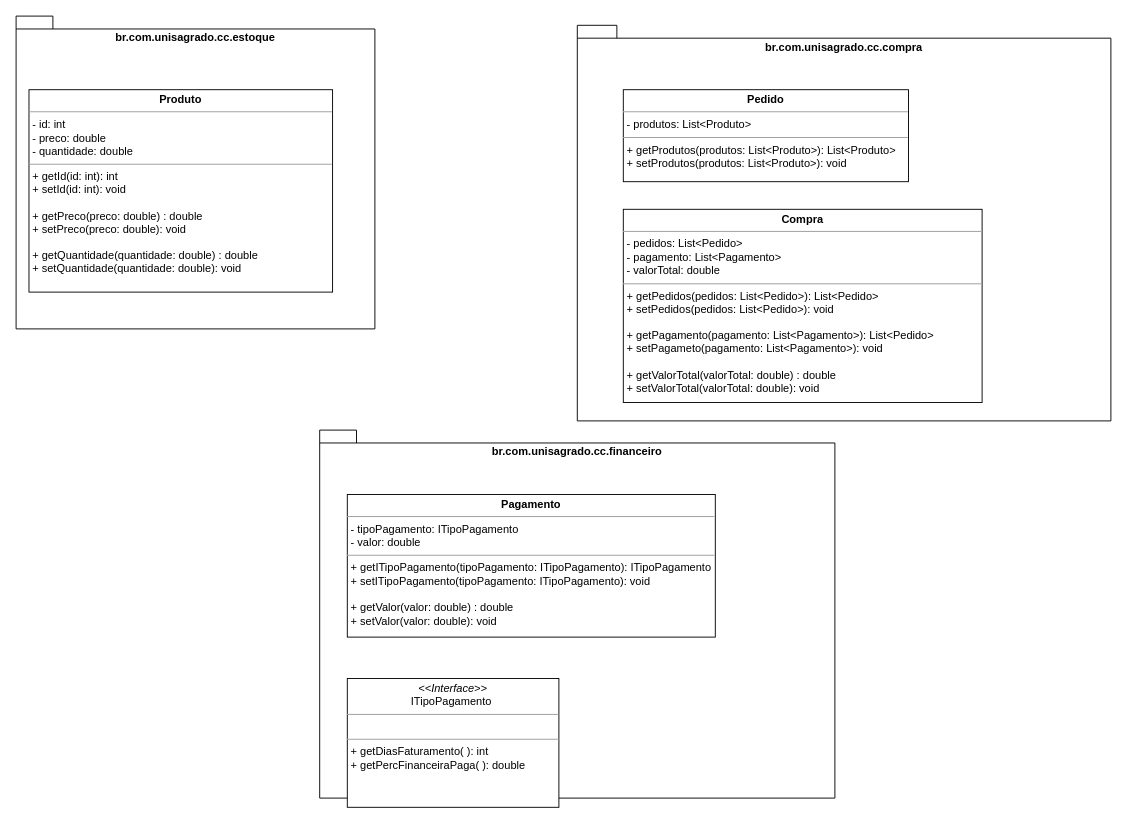
UnisagradoWorks/engenharia-software keeps this draw.io diagram as Conversão de Java para Diagrama de Classes.drawio. Above is the earlier version. Source tidied: cells renumbered, new cells numbered last; positions are measured from the earlier drawing's top-left corner, leaving out a move shared by most shapes. Both pictures are drawn from the tidied source at 92%, with x=0, y=0 at pixel (16, 16).
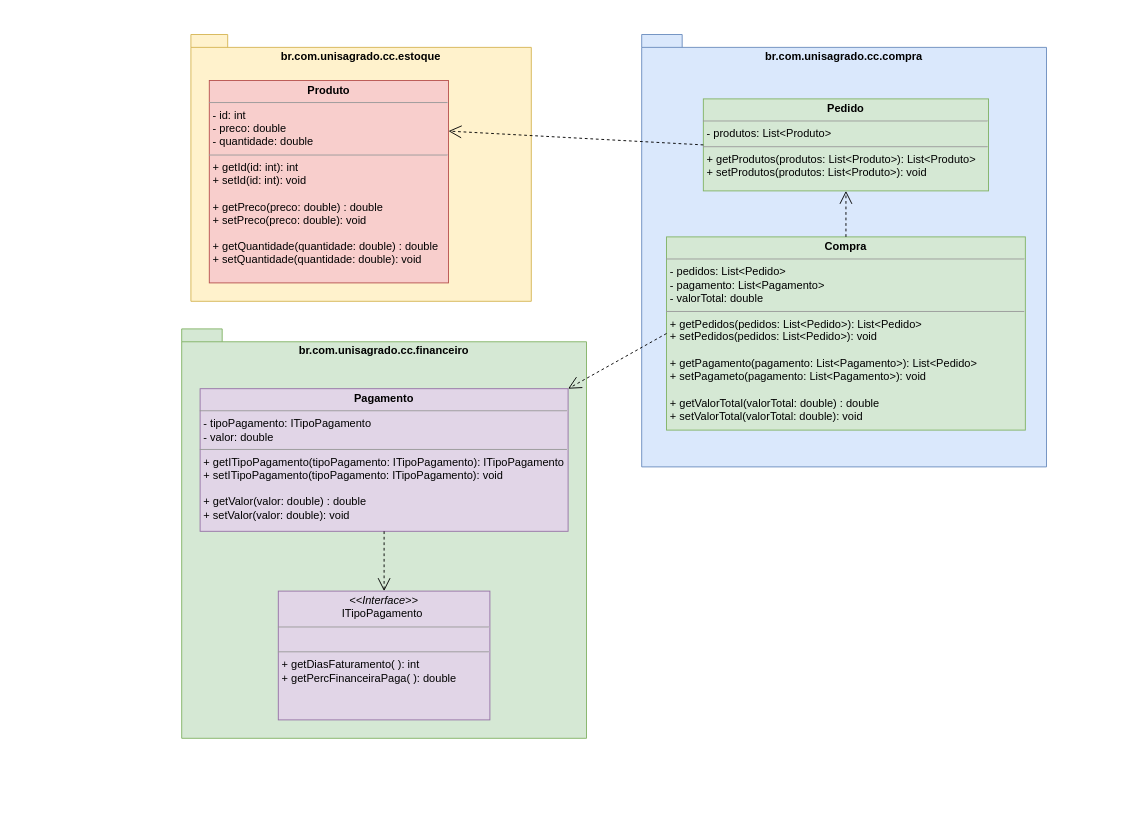
Above is the later version.

Commit message:
primeira parte - dependencias mapeadas

Diff of the diagram source:
```diff
@@
 <mxGraphModel>
   <root>
     <mxCell id="0" />
     <mxCell id="1" parent="0" />
-    <mxCell id="2" value="br.com.unisagrado.cc.estoque" style="shape=folder;fontStyle=1;spacingTop=10;tabWidth=40;tabHeight=14;tabPosition=left;html=1;whiteSpace=wrap;verticalAlign=top;" parent="1" vertex="1">
-      <mxGeometry width="390" height="340" as="geometry" />
+    <mxCell id="2" value="br.com.unisagrado.cc.estoque" style="shape=folder;fontStyle=1;spacingTop=10;tabWidth=40;tabHeight=14;tabPosition=left;html=1;whiteSpace=wrap;verticalAlign=top;fillColor=#fff2cc;strokeColor=#d6b656;" parent="1" vertex="1">
+      <mxGeometry x="190" y="20" width="370" height="290" as="geometry" />
     </mxCell>
-    <mxCell id="3" value="&lt;p style=&quot;margin:0px;margin-top:4px;text-align:center;&quot;&gt;&lt;b&gt;Produto&lt;/b&gt;&lt;/p&gt;&lt;hr size=&quot;1&quot;&gt;&lt;p style=&quot;margin:0px;margin-left:4px;&quot;&gt;- id: int&lt;/p&gt;&lt;p style=&quot;margin:0px;margin-left:4px;&quot;&gt;- preco: double&lt;/p&gt;&lt;p style=&quot;margin:0px;margin-left:4px;&quot;&gt;- quantidade: double&lt;/p&gt;&lt;hr size=&quot;1&quot;&gt;&lt;p style=&quot;margin:0px;margin-left:4px;&quot;&gt;+ getId(id: int): int&lt;/p&gt;&lt;p style=&quot;margin:0px;margin-left:4px;&quot;&gt;+ setId(id: int): void&lt;/p&gt;&lt;p style=&quot;margin:0px;margin-left:4px;&quot;&gt;&lt;br&gt;&lt;/p&gt;&lt;p style=&quot;margin:0px;margin-left:4px;&quot;&gt;+ getPreco(preco: double) : double&amp;nbsp;&lt;/p&gt;&lt;p style=&quot;margin:0px;margin-left:4px;&quot;&gt;&lt;span style=&quot;background-color: initial;&quot;&gt;+ setPreco(preco: double): void&lt;/span&gt;&lt;/p&gt;&lt;p style=&quot;margin:0px;margin-left:4px;&quot;&gt;&lt;br&gt;&lt;/p&gt;&lt;p style=&quot;margin:0px;margin-left:4px;&quot;&gt;+ getQuantidade(quantidade: double) : double&lt;/p&gt;&lt;p style=&quot;margin:0px;margin-left:4px;&quot;&gt;&lt;span style=&quot;background-color: initial;&quot;&gt;+ setQuantidade(quantidade: double): void&lt;/span&gt;&lt;/p&gt;" style="verticalAlign=top;align=left;overflow=fill;fontSize=12;fontFamily=Helvetica;html=1;whiteSpace=wrap;" parent="1" vertex="1">
-      <mxGeometry x="14" y="80" width="330" height="220" as="geometry" />
+    <mxCell id="3" value="&lt;p style=&quot;margin:0px;margin-top:4px;text-align:center;&quot;&gt;&lt;b&gt;Produto&lt;/b&gt;&lt;/p&gt;&lt;hr size=&quot;1&quot;&gt;&lt;p style=&quot;margin:0px;margin-left:4px;&quot;&gt;- id: int&lt;/p&gt;&lt;p style=&quot;margin:0px;margin-left:4px;&quot;&gt;- preco: double&lt;/p&gt;&lt;p style=&quot;margin:0px;margin-left:4px;&quot;&gt;- quantidade: double&lt;/p&gt;&lt;hr size=&quot;1&quot;&gt;&lt;p style=&quot;margin:0px;margin-left:4px;&quot;&gt;+ getId(id: int): int&lt;/p&gt;&lt;p style=&quot;margin:0px;margin-left:4px;&quot;&gt;+ setId(id: int): void&lt;/p&gt;&lt;p style=&quot;margin:0px;margin-left:4px;&quot;&gt;&lt;br&gt;&lt;/p&gt;&lt;p style=&quot;margin:0px;margin-left:4px;&quot;&gt;+ getPreco(preco: double) : double&amp;nbsp;&lt;/p&gt;&lt;p style=&quot;margin:0px;margin-left:4px;&quot;&gt;&lt;span style=&quot;background-color: initial;&quot;&gt;+ setPreco(preco: double): void&lt;/span&gt;&lt;/p&gt;&lt;p style=&quot;margin:0px;margin-left:4px;&quot;&gt;&lt;br&gt;&lt;/p&gt;&lt;p style=&quot;margin:0px;margin-left:4px;&quot;&gt;+ getQuantidade(quantidade: double) : double&lt;/p&gt;&lt;p style=&quot;margin:0px;margin-left:4px;&quot;&gt;&lt;span style=&quot;background-color: initial;&quot;&gt;+ setQuantidade(quantidade: double): void&lt;/span&gt;&lt;/p&gt;" style="verticalAlign=top;align=left;overflow=fill;fontSize=12;fontFamily=Helvetica;html=1;whiteSpace=wrap;fillColor=#f8cecc;strokeColor=#b85450;" parent="1" vertex="1">
+      <mxGeometry x="210" y="70" width="260" height="220" as="geometry" />
     </mxCell>
-    <mxCell id="4" value="br.com.unisagrado.cc.compra" style="shape=folder;fontStyle=1;spacingTop=10;tabWidth=40;tabHeight=14;tabPosition=left;html=1;whiteSpace=wrap;verticalAlign=top;" parent="1" vertex="1">
-      <mxGeometry x="610" y="10" width="580" height="430" as="geometry" />
-    </mxCell>
+    <mxCell id="10" style="group;" parent="1" vertex="1">
+      <mxGeometry x="180" y="340" width="440" height="445" as="geometry" />
+    </mxCell>
-    <mxCell id="5" value="br.com.unisagrado.cc.financeiro" style="shape=folder;fontStyle=1;spacingTop=10;tabWidth=40;tabHeight=14;tabPosition=left;html=1;whiteSpace=wrap;verticalAlign=top;" parent="1" vertex="1">
-      <mxGeometry x="330" y="450" width="560" height="400" as="geometry" />
+    <mxCell id="5" value="br.com.unisagrado.cc.financeiro" style="shape=folder;fontStyle=1;spacingTop=10;tabWidth=40;tabHeight=14;tabPosition=left;html=1;whiteSpace=wrap;verticalAlign=top;fillColor=#d5e8d4;strokeColor=#82b366;" parent="10" vertex="1">
+      <mxGeometry width="440" height="445" as="geometry" />
     </mxCell>
-    <mxCell id="6" value="&lt;p style=&quot;margin:0px;margin-top:4px;text-align:center;&quot;&gt;&lt;b&gt;Pedido&lt;/b&gt;&lt;/p&gt;&lt;hr size=&quot;1&quot;&gt;&lt;p style=&quot;margin:0px;margin-left:4px;&quot;&gt;- produtos: List&amp;lt;Produto&amp;gt;&lt;/p&gt;&lt;hr size=&quot;1&quot;&gt;&lt;p style=&quot;margin:0px;margin-left:4px;&quot;&gt;+ getProdutos(produtos: List&amp;lt;Produto&amp;gt;): List&amp;lt;Produto&amp;gt;&amp;nbsp;&lt;/p&gt;&lt;p style=&quot;margin:0px;margin-left:4px;&quot;&gt;+ setProdutos(produtos: List&amp;lt;Produto&amp;gt;): void&lt;/p&gt;&lt;p style=&quot;margin:0px;margin-left:4px;&quot;&gt;&lt;br&gt;&lt;/p&gt;" style="verticalAlign=top;align=left;overflow=fill;fontSize=12;fontFamily=Helvetica;html=1;whiteSpace=wrap;" parent="1" vertex="1">
-      <mxGeometry x="660" y="80" width="310" height="100" as="geometry" />
-    </mxCell>
-    <mxCell id="7" value="&lt;p style=&quot;margin:0px;margin-top:4px;text-align:center;&quot;&gt;&lt;b&gt;Pagamento&lt;/b&gt;&lt;/p&gt;&lt;hr size=&quot;1&quot;&gt;&lt;p style=&quot;margin:0px;margin-left:4px;&quot;&gt;- tipoPagamento: ITipoPagamento&lt;/p&gt;&lt;p style=&quot;margin:0px;margin-left:4px;&quot;&gt;- valor: double&lt;/p&gt;&lt;hr size=&quot;1&quot;&gt;&lt;p style=&quot;margin:0px;margin-left:4px;&quot;&gt;+ getITipoPagamento(tipoPagamento: ITipoPagamento): ITipoPagamento&lt;/p&gt;&lt;p style=&quot;margin:0px;margin-left:4px;&quot;&gt;+ setITipoPagamento(tipoPagamento: ITipoPagamento): void&lt;/p&gt;&lt;p style=&quot;margin:0px;margin-left:4px;&quot;&gt;&lt;br&gt;&lt;/p&gt;&lt;p style=&quot;margin:0px;margin-left:4px;&quot;&gt;+ getValor(valor: double) : double&amp;nbsp;&lt;/p&gt;&lt;p style=&quot;margin:0px;margin-left:4px;&quot;&gt;&lt;span style=&quot;background-color: initial;&quot;&gt;+ setValor(valor: double): void&lt;/span&gt;&lt;/p&gt;" style="verticalAlign=top;align=left;overflow=fill;fontSize=12;fontFamily=Helvetica;html=1;whiteSpace=wrap;" parent="1" vertex="1">
-      <mxGeometry x="360" y="520" width="400" height="155" as="geometry" />
+    <mxCell id="7" value="&lt;p style=&quot;margin:0px;margin-top:4px;text-align:center;&quot;&gt;&lt;b&gt;Pagamento&lt;/b&gt;&lt;/p&gt;&lt;hr size=&quot;1&quot;&gt;&lt;p style=&quot;margin:0px;margin-left:4px;&quot;&gt;- tipoPagamento: ITipoPagamento&lt;/p&gt;&lt;p style=&quot;margin:0px;margin-left:4px;&quot;&gt;- valor: double&lt;/p&gt;&lt;hr size=&quot;1&quot;&gt;&lt;p style=&quot;margin:0px;margin-left:4px;&quot;&gt;+ getITipoPagamento(tipoPagamento: ITipoPagamento): ITipoPagamento&lt;/p&gt;&lt;p style=&quot;margin:0px;margin-left:4px;&quot;&gt;+ setITipoPagamento(tipoPagamento: ITipoPagamento): void&lt;/p&gt;&lt;p style=&quot;margin:0px;margin-left:4px;&quot;&gt;&lt;br&gt;&lt;/p&gt;&lt;p style=&quot;margin:0px;margin-left:4px;&quot;&gt;+ getValor(valor: double) : double&amp;nbsp;&lt;/p&gt;&lt;p style=&quot;margin:0px;margin-left:4px;&quot;&gt;&lt;span style=&quot;background-color: initial;&quot;&gt;+ setValor(valor: double): void&lt;/span&gt;&lt;/p&gt;" style="verticalAlign=top;align=left;overflow=fill;fontSize=12;fontFamily=Helvetica;html=1;whiteSpace=wrap;fillColor=#e1d5e7;strokeColor=#9673a6;" parent="10" vertex="1">
+      <mxGeometry x="20" y="65" width="400" height="155" as="geometry" />
     </mxCell>
-    <mxCell id="8" value="&lt;p style=&quot;margin:0px;margin-top:4px;text-align:center;&quot;&gt;&lt;i&gt;&amp;lt;&amp;lt;Interface&amp;gt;&amp;gt;&lt;/i&gt;&lt;br&gt;ITipoPagamento&lt;b&gt;&amp;nbsp;&lt;/b&gt;&lt;/p&gt;&lt;hr size=&quot;1&quot;&gt;&lt;p style=&quot;margin:0px;margin-left:4px;&quot;&gt;&lt;br&gt;&lt;/p&gt;&lt;hr size=&quot;1&quot;&gt;&lt;p style=&quot;margin:0px;margin-left:4px;&quot;&gt;+ getDiasFaturamento( ): int&lt;br&gt;+ getPercFinanceiraPaga( ): double&lt;/p&gt;" style="verticalAlign=top;align=left;overflow=fill;fontSize=12;fontFamily=Helvetica;html=1;whiteSpace=wrap;" parent="1" vertex="1">
-      <mxGeometry x="360" y="720" width="230" height="140" as="geometry" />
+    <mxCell id="8" value="&lt;p style=&quot;margin:0px;margin-top:4px;text-align:center;&quot;&gt;&lt;i&gt;&amp;lt;&amp;lt;Interface&amp;gt;&amp;gt;&lt;/i&gt;&lt;br&gt;ITipoPagamento&lt;b&gt;&amp;nbsp;&lt;/b&gt;&lt;/p&gt;&lt;hr size=&quot;1&quot;&gt;&lt;p style=&quot;margin:0px;margin-left:4px;&quot;&gt;&lt;br&gt;&lt;/p&gt;&lt;hr size=&quot;1&quot;&gt;&lt;p style=&quot;margin:0px;margin-left:4px;&quot;&gt;+ getDiasFaturamento( ): int&lt;br&gt;+ getPercFinanceiraPaga( ): double&lt;/p&gt;" style="verticalAlign=top;align=left;overflow=fill;fontSize=12;fontFamily=Helvetica;html=1;whiteSpace=wrap;fillColor=#e1d5e7;strokeColor=#9673a6;" parent="10" vertex="1">
+      <mxGeometry x="105" y="285" width="230" height="140" as="geometry" />
     </mxCell>
+    <mxCell id="11" style="endArrow=open;endSize=12;dashed=1;html=1;rounded=0;exitX=0.5;exitY=1;exitDx=0;exitDy=0;entryX=0.5;entryY=0;entryDx=0;entryDy=0;" parent="10" edge="1" source="7" target="8">
+      <mxGeometry relative="1" as="geometry" />
+    </mxCell>
+    <mxCell id="12" style="group;" parent="1" vertex="1">
+      <mxGeometry x="680" y="20" width="440" height="470" as="geometry" />
+    </mxCell>
+    <mxCell id="4" value="br.com.unisagrado.cc.compra" style="shape=folder;fontStyle=1;spacingTop=10;tabWidth=40;tabHeight=14;tabPosition=left;html=1;whiteSpace=wrap;verticalAlign=top;fillColor=#dae8fc;strokeColor=#6c8ebf;" parent="12" vertex="1">
+      <mxGeometry width="440" height="470" as="geometry" />
+    </mxCell>
+    <mxCell id="6" value="&lt;p style=&quot;margin:0px;margin-top:4px;text-align:center;&quot;&gt;&lt;b&gt;Pedido&lt;/b&gt;&lt;/p&gt;&lt;hr size=&quot;1&quot;&gt;&lt;p style=&quot;margin:0px;margin-left:4px;&quot;&gt;- produtos: List&amp;lt;Produto&amp;gt;&lt;/p&gt;&lt;hr size=&quot;1&quot;&gt;&lt;p style=&quot;margin:0px;margin-left:4px;&quot;&gt;+ getProdutos(produtos: List&amp;lt;Produto&amp;gt;): List&amp;lt;Produto&amp;gt;&amp;nbsp;&lt;/p&gt;&lt;p style=&quot;margin:0px;margin-left:4px;&quot;&gt;+ setProdutos(produtos: List&amp;lt;Produto&amp;gt;): void&lt;/p&gt;&lt;p style=&quot;margin:0px;margin-left:4px;&quot;&gt;&lt;br&gt;&lt;/p&gt;" style="verticalAlign=top;align=left;overflow=fill;fontSize=12;fontFamily=Helvetica;html=1;whiteSpace=wrap;fillColor=#d5e8d4;strokeColor=#82b366;" parent="12" vertex="1">
+      <mxGeometry x="67" y="70" width="310" height="100" as="geometry" />
+    </mxCell>
-    <mxCell id="9" value="&lt;p style=&quot;margin:0px;margin-top:4px;text-align:center;&quot;&gt;&lt;b&gt;Compra&lt;/b&gt;&lt;/p&gt;&lt;hr size=&quot;1&quot;&gt;&lt;p style=&quot;margin:0px;margin-left:4px;&quot;&gt;- pedidos: List&amp;lt;Pedido&amp;gt;&lt;/p&gt;&lt;p style=&quot;margin:0px;margin-left:4px;&quot;&gt;- pagamento: List&amp;lt;Pagamento&amp;gt;&lt;/p&gt;&lt;p style=&quot;margin:0px;margin-left:4px;&quot;&gt;- valorTotal: double&lt;/p&gt;&lt;hr size=&quot;1&quot;&gt;&lt;p style=&quot;border-color: var(--border-color); margin: 0px 0px 0px 4px;&quot;&gt;+ getPedidos(pedidos: List&amp;lt;Pedido&amp;gt;): List&amp;lt;Pedido&amp;gt;&amp;nbsp;&lt;/p&gt;&lt;p style=&quot;border-color: var(--border-color); margin: 0px 0px 0px 4px;&quot;&gt;+ setPedidos(pedidos: List&amp;lt;Pedido&amp;gt;): void&lt;/p&gt;&lt;p style=&quot;border-color: var(--border-color); margin: 0px 0px 0px 4px;&quot;&gt;&lt;br&gt;&lt;/p&gt;&lt;p style=&quot;border-color: var(--border-color); margin: 0px 0px 0px 4px;&quot;&gt;+ getPagamento(pagamento: List&amp;lt;Pagamento&amp;gt;): List&amp;lt;Pedido&amp;gt;&amp;nbsp;&lt;/p&gt;&lt;p style=&quot;border-color: var(--border-color); margin: 0px 0px 0px 4px;&quot;&gt;+ setPagameto(pagamento: List&amp;lt;Pagamento&amp;gt;): void&lt;/p&gt;&lt;p style=&quot;margin:0px;margin-left:4px;&quot;&gt;&lt;br&gt;&lt;/p&gt;&lt;p style=&quot;margin:0px;margin-left:4px;&quot;&gt;+ getValorTotal(valorTotal: double) : double&lt;/p&gt;&lt;p style=&quot;margin:0px;margin-left:4px;&quot;&gt;+ setValorTotal(valorTotal: double): void&lt;/p&gt;" style="verticalAlign=top;align=left;overflow=fill;fontSize=12;fontFamily=Helvetica;html=1;whiteSpace=wrap;" parent="1" vertex="1">
-      <mxGeometry x="660" y="210" width="390" height="210" as="geometry" />
+    <mxCell id="9" value="&lt;p style=&quot;margin:0px;margin-top:4px;text-align:center;&quot;&gt;&lt;b&gt;Compra&lt;/b&gt;&lt;/p&gt;&lt;hr size=&quot;1&quot;&gt;&lt;p style=&quot;margin:0px;margin-left:4px;&quot;&gt;- pedidos: List&amp;lt;Pedido&amp;gt;&lt;/p&gt;&lt;p style=&quot;margin:0px;margin-left:4px;&quot;&gt;- pagamento: List&amp;lt;Pagamento&amp;gt;&lt;/p&gt;&lt;p style=&quot;margin:0px;margin-left:4px;&quot;&gt;- valorTotal: double&lt;/p&gt;&lt;hr size=&quot;1&quot;&gt;&lt;p style=&quot;border-color: var(--border-color); margin: 0px 0px 0px 4px;&quot;&gt;+ getPedidos(pedidos: List&amp;lt;Pedido&amp;gt;): List&amp;lt;Pedido&amp;gt;&amp;nbsp;&lt;/p&gt;&lt;p style=&quot;border-color: var(--border-color); margin: 0px 0px 0px 4px;&quot;&gt;+ setPedidos(pedidos: List&amp;lt;Pedido&amp;gt;): void&lt;/p&gt;&lt;p style=&quot;border-color: var(--border-color); margin: 0px 0px 0px 4px;&quot;&gt;&lt;br&gt;&lt;/p&gt;&lt;p style=&quot;border-color: var(--border-color); margin: 0px 0px 0px 4px;&quot;&gt;+ getPagamento(pagamento: List&amp;lt;Pagamento&amp;gt;): List&amp;lt;Pedido&amp;gt;&amp;nbsp;&lt;/p&gt;&lt;p style=&quot;border-color: var(--border-color); margin: 0px 0px 0px 4px;&quot;&gt;+ setPagameto(pagamento: List&amp;lt;Pagamento&amp;gt;): void&lt;/p&gt;&lt;p style=&quot;margin:0px;margin-left:4px;&quot;&gt;&lt;br&gt;&lt;/p&gt;&lt;p style=&quot;margin:0px;margin-left:4px;&quot;&gt;+ getValorTotal(valorTotal: double) : double&lt;/p&gt;&lt;p style=&quot;margin:0px;margin-left:4px;&quot;&gt;+ setValorTotal(valorTotal: double): void&lt;/p&gt;" style="verticalAlign=top;align=left;overflow=fill;fontSize=12;fontFamily=Helvetica;html=1;whiteSpace=wrap;fillColor=#d5e8d4;strokeColor=#82b366;" parent="12" vertex="1">
+      <mxGeometry x="27" y="220" width="390" height="210" as="geometry" />
     </mxCell>
+    <mxCell id="13" style="endArrow=open;endSize=12;dashed=1;html=1;rounded=0;exitX=0.5;exitY=0;exitDx=0;exitDy=0;entryX=0.5;entryY=1;entryDx=0;entryDy=0;" parent="12" edge="1" source="9" target="6">
+      <mxGeometry relative="1" as="geometry" />
+    </mxCell>
+    <mxCell id="14" style="endArrow=open;endSize=12;dashed=1;html=1;rounded=0;exitX=0;exitY=0.5;exitDx=0;exitDy=0;entryX=1;entryY=0;entryDx=0;entryDy=0;" parent="1" edge="1" source="9" target="7">
+      <mxGeometry relative="1" as="geometry" />
+    </mxCell>
+    <mxCell id="15" style="endArrow=open;endSize=12;dashed=1;html=1;rounded=0;exitX=0;exitY=0.5;exitDx=0;exitDy=0;entryX=1;entryY=0.25;entryDx=0;entryDy=0;" parent="1" edge="1" source="6" target="3">
+      <mxGeometry relative="1" as="geometry" />
+    </mxCell>
   </root>
 </mxGraphModel>
```
